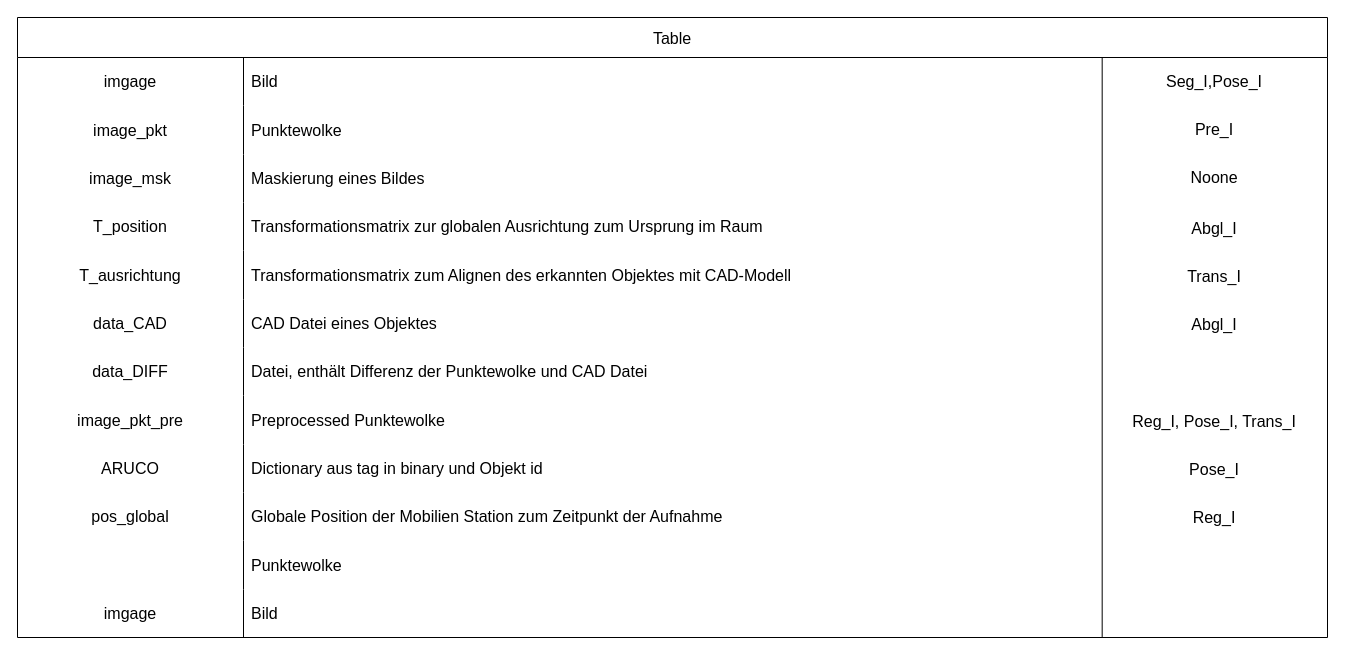
aquamas/diagrams keeps this draw.io diagram as page "Legende" (9 of 12) of Segmentierung.drawio. Above is the earlier version. Source tidied: cells renumbered, new cells numbered last; positions are measured from the earlier drawing's top-left corner, leaving out a move shared by most shapes. Both pictures are drawn from the tidied source at 100%, with x=0, y=0 at pixel (17, 17).
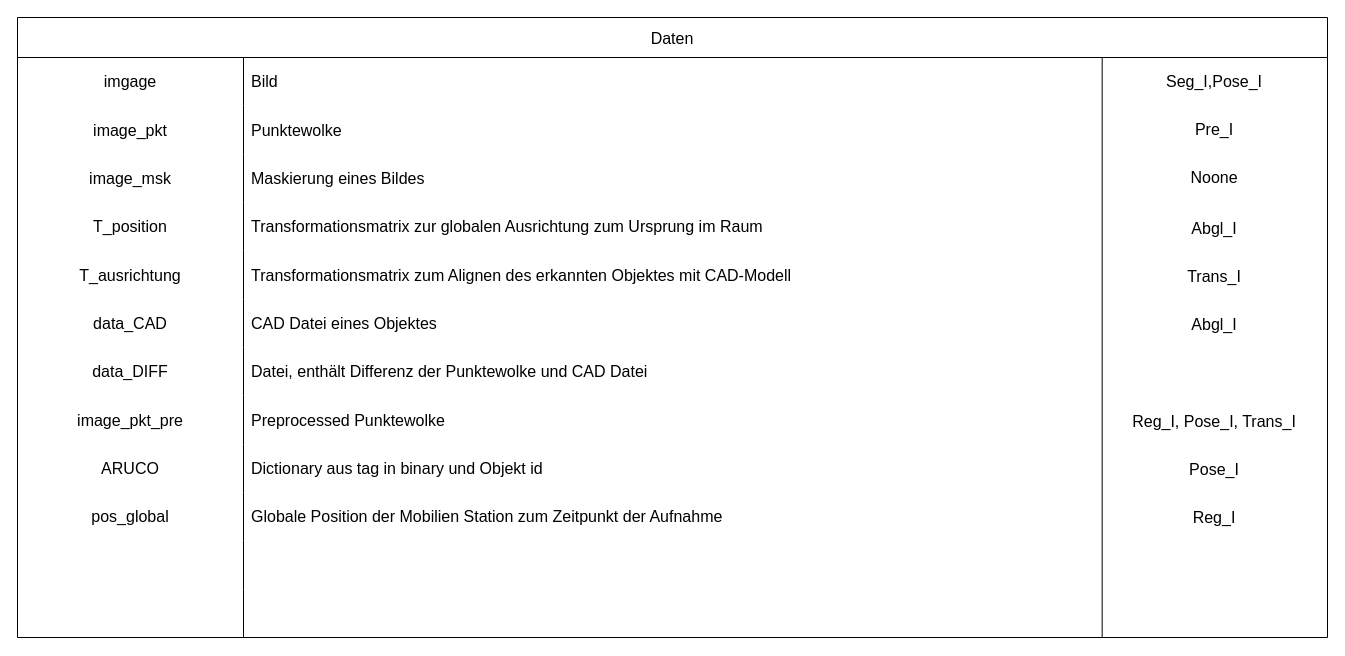
Above is the later version.

Unchanged cells that the change refers to:
```xml
<mxCell id="4" style="group;" parent="2" vertex="1">
  <mxGeometry width="1310" height="620" as="geometry" />
</mxCell>
<mxCell id="36" style="shape=tableRow;horizontal=0;startSize=0;swimlaneHead=0;swimlaneBody=0;top=0;left=0;bottom=0;right=0;fillColor=none;strokeColor=inherit;fontSize=16;" parent="5" vertex="1">
  <mxGeometry y="523" width="1310" height="49" as="geometry" />
</mxCell>
<mxCell id="39" style="shape=tableRow;horizontal=0;startSize=0;swimlaneHead=0;swimlaneBody=0;top=0;left=0;bottom=0;right=0;fillColor=none;points=[[0,0.5],[1,0.5]];portConstraint=eastwest;strokeColor=inherit;fontSize=16;" parent="5" vertex="1">
  <mxGeometry y="572" width="1310" height="48" as="geometry" />
</mxCell>
```

What changed in the source:
```diff
@@
-    <mxCell id="5" value="Table" style="shape=table;startSize=40;childLayout=tableLayout;rowLines=0;fontStyle=0;strokeColor=default;fontSize=16;fixDash=1;" parent="4" vertex="1">
+    <mxCell id="5" value="Daten" style="shape=table;startSize=40;childLayout=tableLayout;rowLines=0;fontStyle=0;strokeColor=default;fontSize=16;fixDash=1;" parent="4" vertex="1">
       <mxGeometry width="1310" height="620" as="geometry" />
     </mxCell>
@@
-    <mxCell id="38" value="Punktewolke" style="shape=partialRectangle;html=1;whiteSpace=wrap;fillColor=none;top=0;left=0;bottom=0;right=0;align=left;spacingLeft=6;overflow=hidden;strokeColor=inherit;fontSize=16;" parent="36" vertex="1">
+    <mxCell id="38" style="shape=partialRectangle;html=1;whiteSpace=wrap;fillColor=none;top=0;left=0;bottom=0;right=0;align=left;spacingLeft=6;overflow=hidden;strokeColor=inherit;fontSize=16;" parent="36" vertex="1">
       <mxGeometry x="226" width="1084" height="49" as="geometry" />
     </mxCell>
@@
-    <mxCell id="40" value="imgage" style="shape=partialRectangle;html=1;whiteSpace=wrap;fillColor=none;top=0;left=0;bottom=0;right=0;overflow=hidden;strokeColor=inherit;fontSize=16;" parent="39" vertex="1">
+    <mxCell id="40" style="shape=partialRectangle;html=1;whiteSpace=wrap;fillColor=none;top=0;left=0;bottom=0;right=0;overflow=hidden;strokeColor=inherit;fontSize=16;" parent="39" vertex="1">
       <mxGeometry width="226" height="48" as="geometry" />
     </mxCell>
-    <mxCell id="41" value="Bild&amp;nbsp;" style="shape=partialRectangle;html=1;whiteSpace=wrap;fillColor=none;top=0;left=0;bottom=0;right=0;align=left;spacingLeft=6;overflow=hidden;strokeColor=inherit;fontSize=16;" parent="39" vertex="1">
+    <mxCell id="41" style="shape=partialRectangle;html=1;whiteSpace=wrap;fillColor=none;top=0;left=0;bottom=0;right=0;align=left;spacingLeft=6;overflow=hidden;strokeColor=inherit;fontSize=16;" parent="39" vertex="1">
       <mxGeometry x="226" width="1084" height="48" as="geometry" />
     </mxCell>
```
